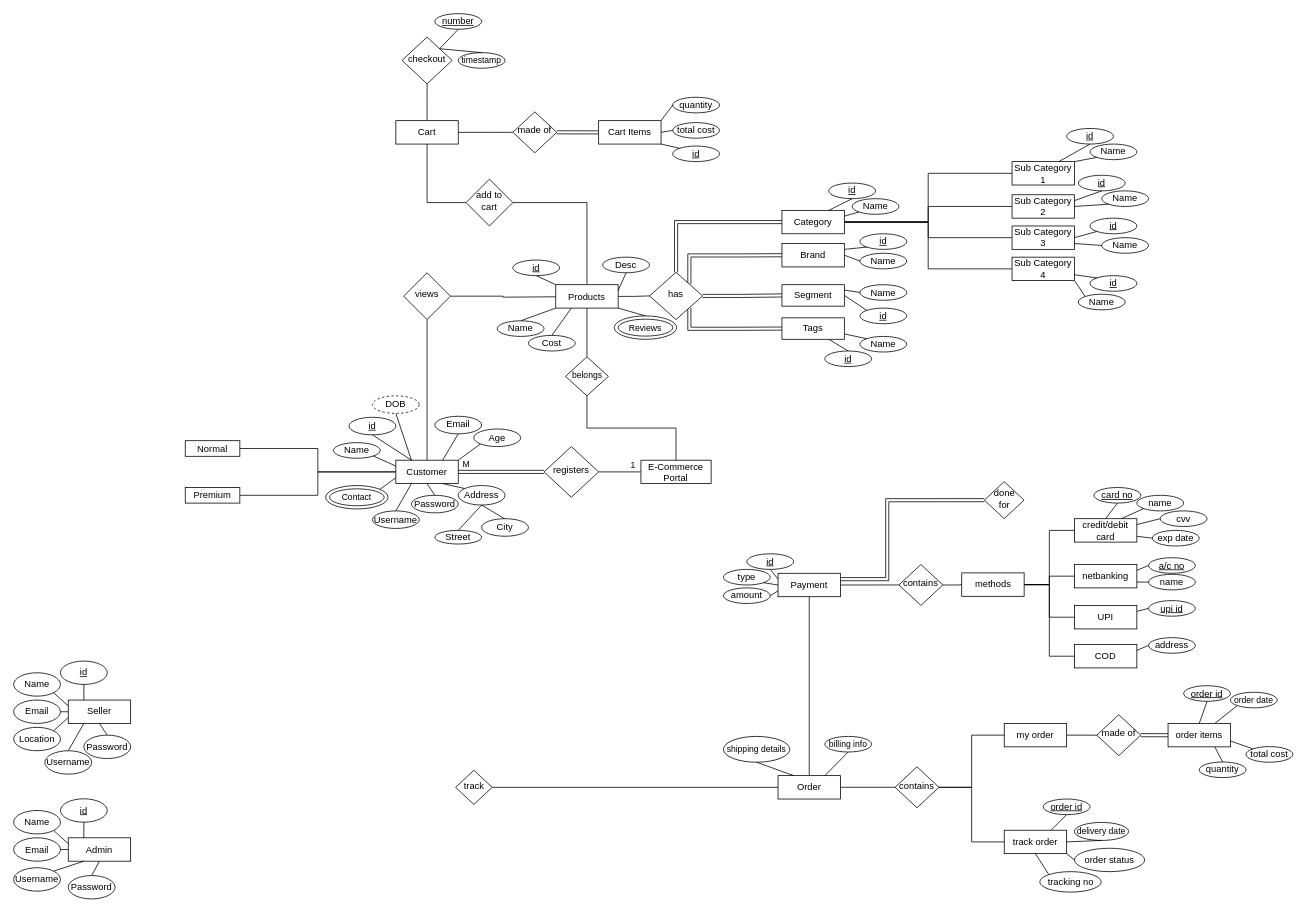
adithkrishnan98/ECommerce-Java keeps this draw.io diagram as Untitled Diagram.drawio. Above is the earlier version. Source tidied: cells renumbered, new cells numbered last; positions are measured from the earlier drawing's top-left corner, leaving out a move shared by most shapes. Both pictures are drawn from the tidied source at 78%, with x=0, y=0 at pixel (13, 13).
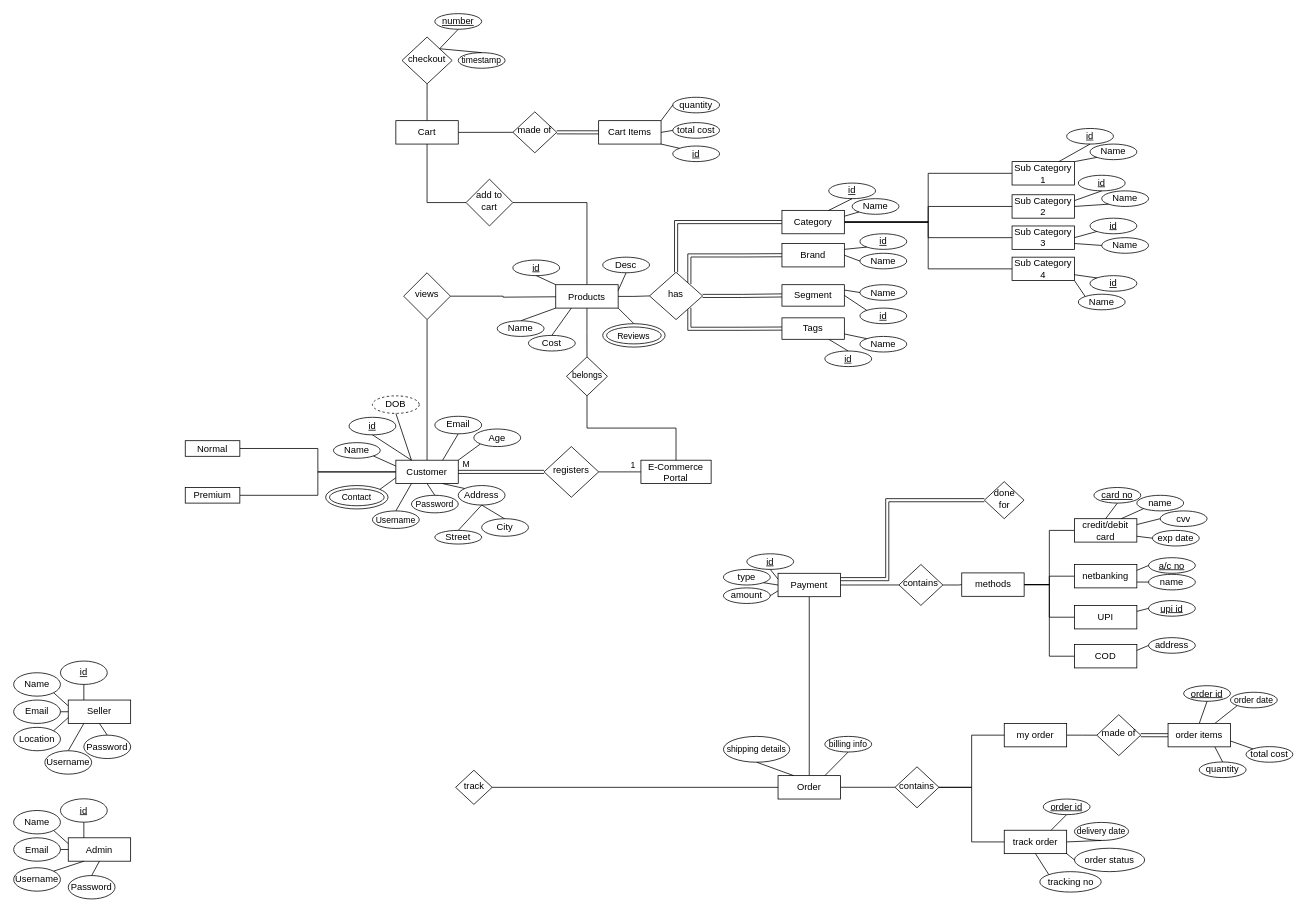
The same page after the edit.

What changed in the source:
```diff
@@
-    <mxCell id="10" value="Username" style="ellipse;whiteSpace=wrap;html=1;" parent="1" vertex="1">
+    <mxCell id="10" value="Username" style="ellipse;whiteSpace=wrap;html=1;fontSize=11;" parent="1" vertex="1">
       <mxGeometry x="460" y="637.5" width="60" height="22.5" as="geometry" />
     </mxCell>
-    <mxCell id="11" value="Password" style="ellipse;whiteSpace=wrap;html=1;" parent="1" vertex="1">
+    <mxCell id="11" value="Password" style="ellipse;whiteSpace=wrap;html=1;fontSize=11;" parent="1" vertex="1">
       <mxGeometry x="510" y="617.5" width="60" height="22.5" as="geometry" />
     </mxCell>
@@
     <mxCell id="212" style="group;" parent="1" vertex="1">
-      <mxGeometry x="770" y="387.5" width="80" height="30" as="geometry" />
+      <mxGeometry x="755.2" y="397.5" width="80" height="30" as="geometry" />
     </mxCell>
@@
     <mxCell id="216" value="belongs" style="rhombus;whiteSpace=wrap;html=1;shadow=0;fontFamily=Helvetica;fontSize=11;align=center;strokeWidth=1;spacing=6;spacingTop=-4;" parent="1" vertex="1">
-      <mxGeometry x="707.5" y="440" width="55" height="50" as="geometry" />
+      <mxGeometry x="708.8" y="440" width="52.5" height="50" as="geometry" />
     </mxCell>
```
